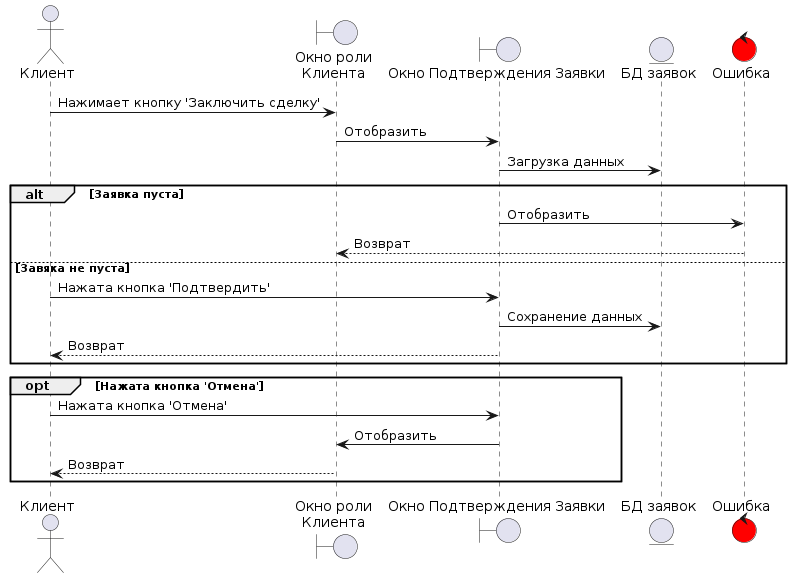
The PlantUML diagram Diagrams/images/sequence/Client_Confirm_Deal.png in Student7751/CourseWork, before a commit.
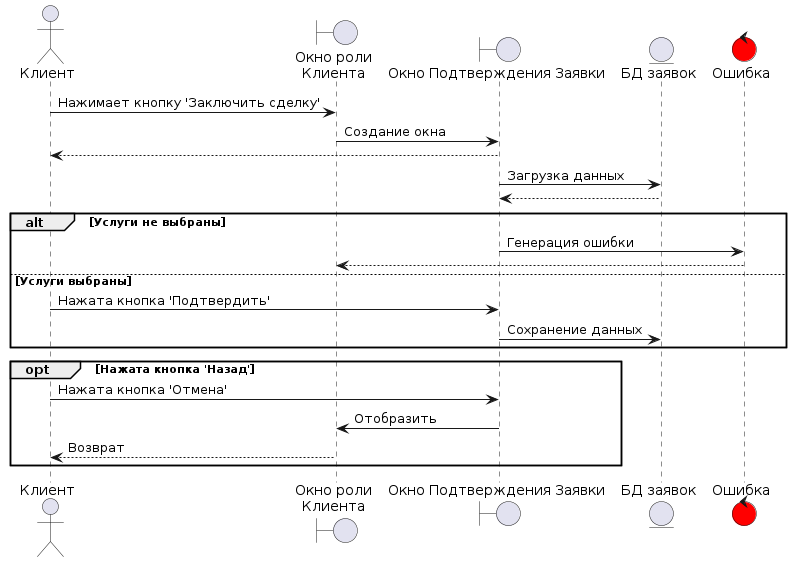
The same file after the commit.

The edit, as a diff of the source:
```diff
@@ -10,19 +10,20 @@
 
 admin -> main_window : Нажимает кнопку 'Заключить сделку'
 
-main_window -> confirm_deal_window : Отобразить
+main_window -> confirm_deal_window : Создание окна
+confirm_deal_window  --> admin
 confirm_deal_window -> deal_db : Загрузка данных
+deal_db --> confirm_deal_window
 
-alt Заявка пуста
-    confirm_deal_window -> error : Отобразить
-    error --> main_window : Возврат
-else Завяка не пуста
+alt Услуги не выбраны
+    confirm_deal_window -> error : Генерация ошибки
+    error --> main_window
+else Услуги выбраны
     admin -> confirm_deal_window: Нажата кнопка 'Подтвердить'
     confirm_deal_window -> deal_db : Сохранение данных
-    confirm_deal_window --> admin : Возврат
 end
 
-opt Нажата кнопка 'Отмена'
+opt Нажата кнопка 'Назад'
     admin -> confirm_deal_window : Нажата кнопка 'Отмена'
     confirm_deal_window -> main_window : Отобразить
     main_window --> admin : Возврат
```
